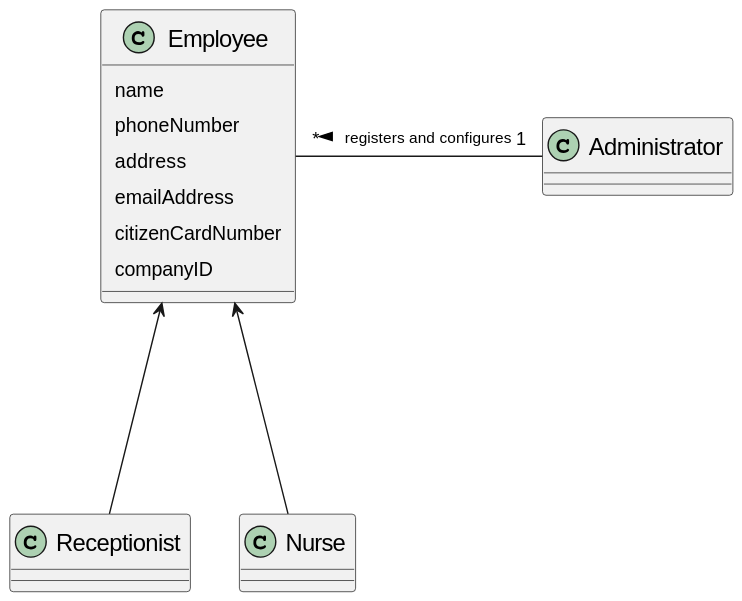
The PlantUML diagram docs/SprintB/UserStories/US10/US010_DM.svg in diogonapoles/isep-lapr2, before a commit. Source of this version:
```plantuml
@startuml
skinparam classFontSize 17
skinparam padding 4
skinparam ranksep 150

class Administrator
class Employee{
<size:14>name
<size:14>phoneNumber
<size:14>address
<size:14>emailAddress
<size:14>citizenCardNumber
<size:14>companyID
}
class Receptionist
class Nurse


Employee <-- Nurse
Employee <-- Receptionist

Administrator "1" -left- "*" Employee : <size:11>registers and configures >

@enduml
```
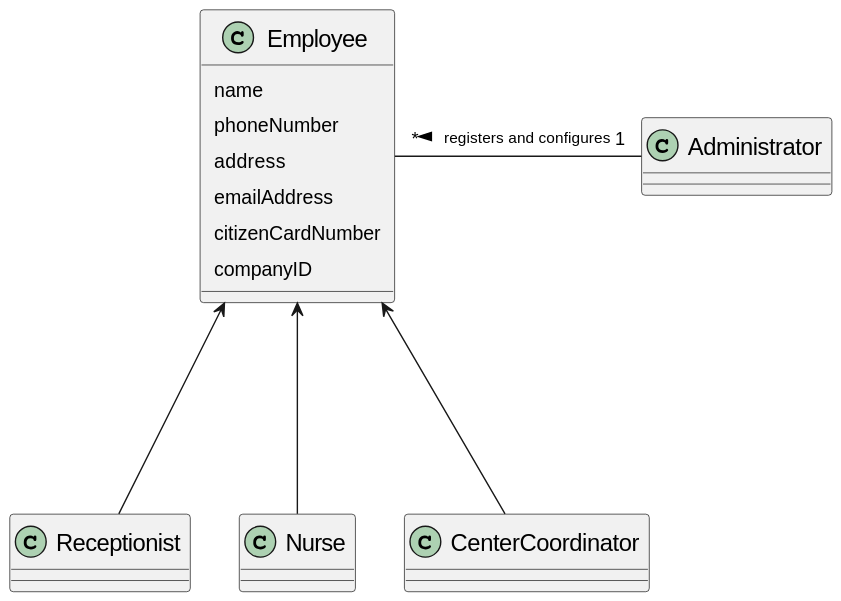
Later version of the same file.

Change to the diagram source:
```diff
@@ -14,8 +14,9 @@
 }
 class Receptionist
 class Nurse
+class CenterCoordinator
 
-
+Employee <-- CenterCoordinator
 Employee <-- Nurse
 Employee <-- Receptionist
 
```
